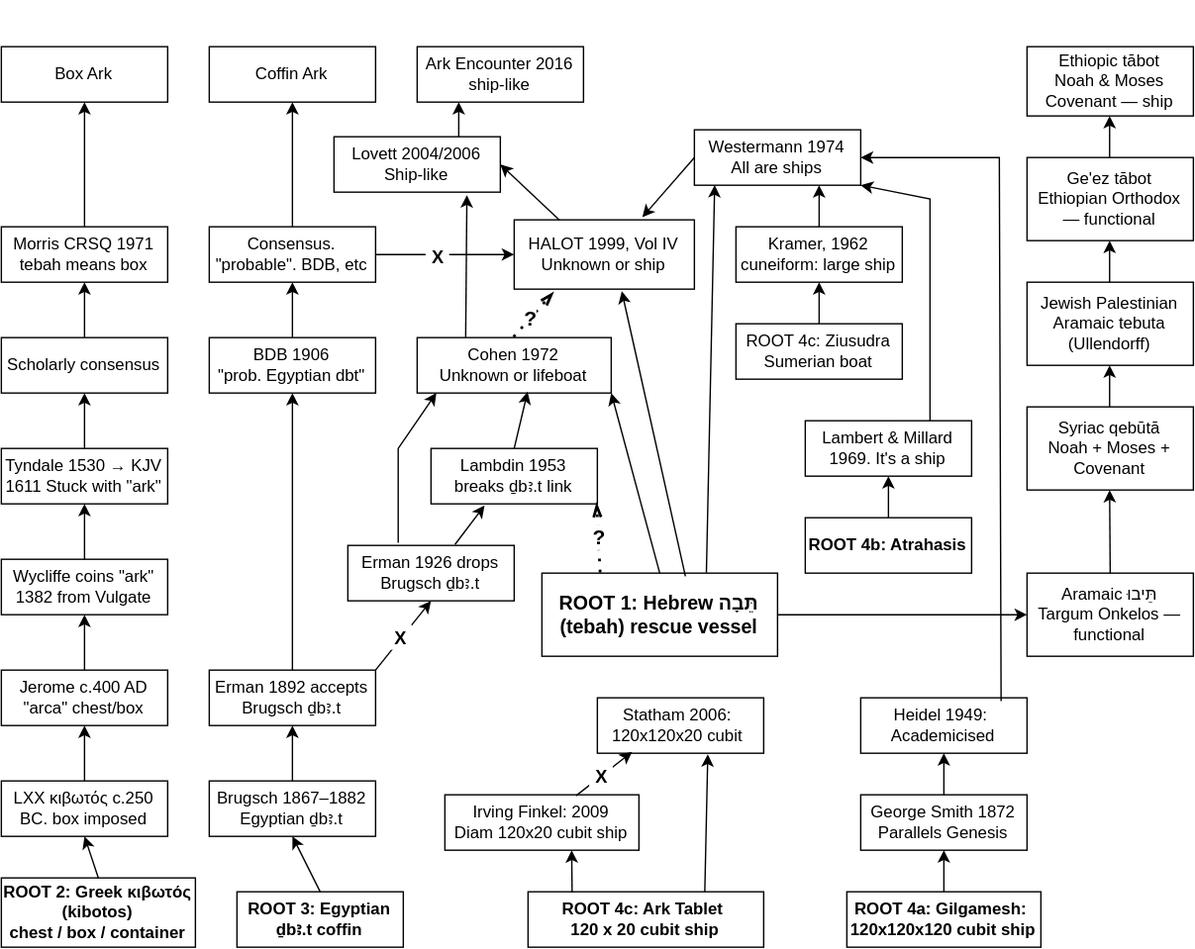
Earlier version of the draw.io export papers-tbh/images/TBH-flowchart.svg (tlovett2007-dot/Ark-Detailed-Design). Source tidied: cells renumbered, new cells last; positions are measured from the earlier drawing's top-left corner, leaving out a move shared by most shapes.
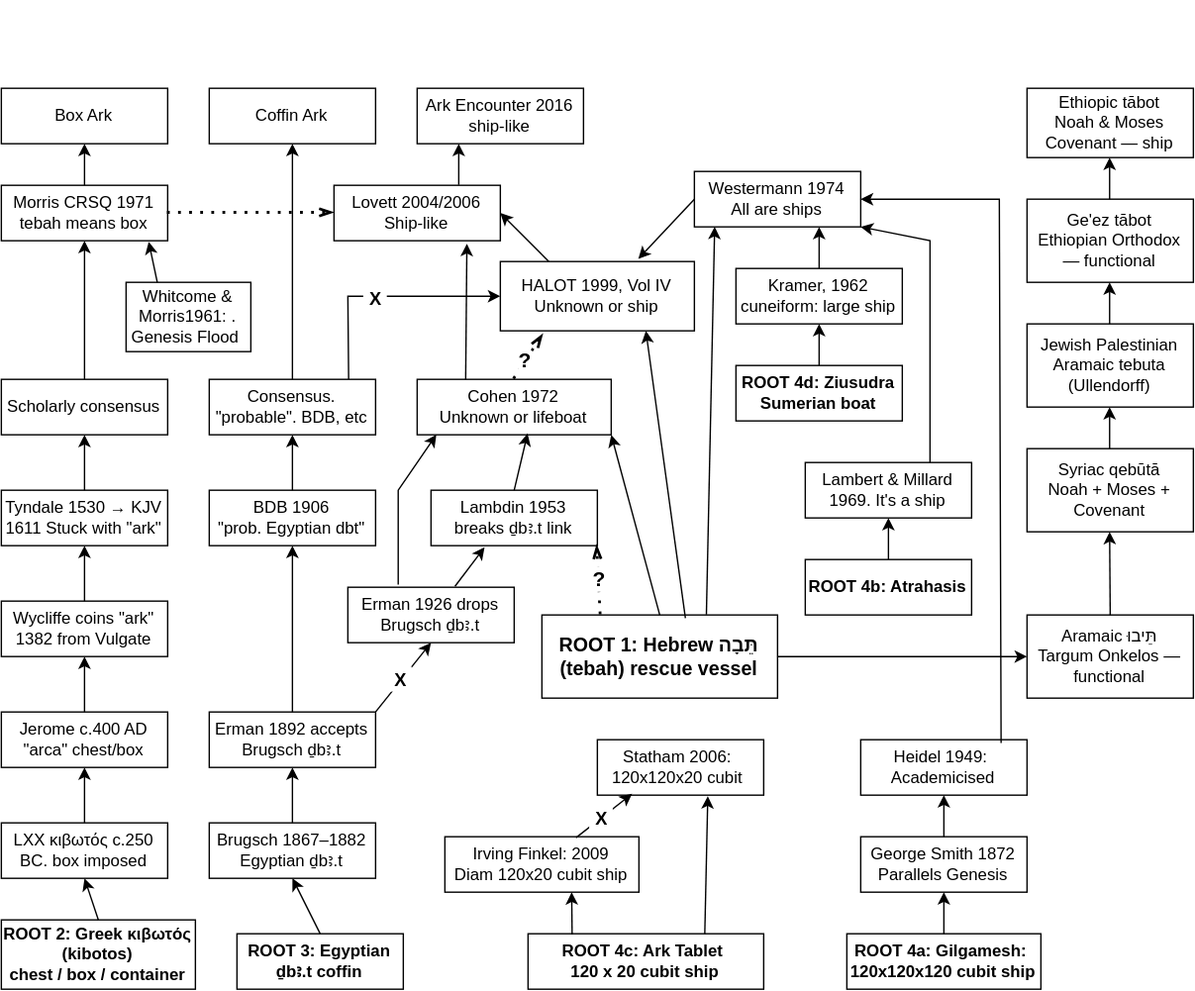
After the commit.

What changed in the source:
```diff
@@ -42,7 +42,7 @@
       <mxGeometry relative="1" as="geometry" />
     </mxCell>
     <mxCell id="15" value="Morris CRSQ 1971 tebah means box" style="rounded=0;whiteSpace=wrap;html=1;" parent="1" vertex="1">
-      <mxGeometry y="130" width="120" height="40" as="geometry" />
+      <mxGeometry y="70" width="120" height="40" as="geometry" />
     </mxCell>
     <mxCell id="16" style="endArrow=classic;html=1;rounded=0;entryX=0.5;entryY=1;entryDx=0;entryDy=0;exitX=0.5;exitY=0;exitDx=0;exitDy=0;" parent="1" edge="1" source="15" target="2">
       <mxGeometry relative="1" as="geometry" />
@@ -51,7 +51,7 @@
       <mxGeometry x="150" width="120" height="40" as="geometry" />
     </mxCell>
     <mxCell id="18" value="&lt;div&gt;BDB 1906&lt;/div&gt;&lt;div&gt;&quot;prob. Egyptian dbt&quot;&lt;/div&gt;" style="rounded=0;whiteSpace=wrap;html=1;" parent="1" vertex="1">
-      <mxGeometry x="150" y="210" width="120" height="40" as="geometry" />
+      <mxGeometry x="150" y="290" width="120" height="40" as="geometry" />
     </mxCell>
     <mxCell id="19" value="Erman 1892 accepts Brugsch ḏbꜣ.t" style="rounded=0;whiteSpace=wrap;html=1;" parent="1" vertex="1">
       <mxGeometry x="150" y="450" width="120" height="40" as="geometry" />
@@ -75,7 +75,7 @@
       <mxGeometry relative="1" as="geometry" />
     </mxCell>
     <mxCell id="26" value="Consensus. &quot;probable&quot;. BDB, etc" style="rounded=0;whiteSpace=wrap;html=1;" parent="1" vertex="1">
-      <mxGeometry x="150" y="130" width="120" height="40" as="geometry" />
+      <mxGeometry x="150" y="210" width="120" height="40" as="geometry" />
     </mxCell>
     <mxCell id="27" style="endArrow=classic;html=1;rounded=0;entryX=0.5;entryY=1;entryDx=0;entryDy=0;exitX=0.5;exitY=0;exitDx=0;exitDy=0;" parent="1" edge="1" source="26" target="17">
       <mxGeometry relative="1" as="geometry" />
@@ -99,7 +99,7 @@
       <mxGeometry relative="1" as="geometry" />
     </mxCell>
     <mxCell id="34" value="&lt;div&gt;HALOT 1999, Vol IV&lt;/div&gt;&lt;div&gt;Unknown or ship&lt;/div&gt;" style="rounded=0;whiteSpace=wrap;html=1;" parent="1" vertex="1">
-      <mxGeometry x="370" y="125" width="130" height="50" as="geometry" />
+      <mxGeometry x="360" y="125" width="140" height="50" as="geometry" />
     </mxCell>
     <mxCell id="35" style="endArrow=openThin;dashed=1;html=1;dashPattern=1 3;strokeWidth=2;rounded=0;entryX=1;entryY=1;entryDx=0;entryDy=0;exitX=0.25;exitY=0;exitDx=0;exitDy=0;endFill=0;" parent="1" edge="1" source="32" target="31">
       <mxGeometry relative="1" as="geometry" />
@@ -110,7 +110,7 @@
     <mxCell id="37" style="endArrow=classic;html=1;rounded=0;exitX=0.5;exitY=0;exitDx=0;exitDy=0;entryX=1;entryY=1;entryDx=0;entryDy=0;" parent="1" edge="1" source="32" target="30">
       <mxGeometry relative="1" as="geometry" />
     </mxCell>
-    <mxCell id="38" style="endArrow=classic;html=1;rounded=0;exitX=0.609;exitY=0.038;exitDx=0;exitDy=0;entryX=0.597;entryY=1.03;entryDx=0;entryDy=0;exitPerimeter=0;entryPerimeter=0;" parent="1" edge="1" source="32" target="34">
+    <mxCell id="38" style="endArrow=classic;html=1;rounded=0;exitX=0.609;exitY=0.038;exitDx=0;exitDy=0;entryX=0.75;entryY=1;entryDx=0;entryDy=0;exitPerimeter=0;" parent="1" edge="1" source="32" target="34">
       <mxGeometry relative="1" as="geometry" />
     </mxCell>
     <mxCell id="39" value="Erman 1926 drops Brugsch ḏbꜣ.t" style="rounded=0;whiteSpace=wrap;html=1;" parent="1" vertex="1">
@@ -132,8 +132,12 @@
         <mxPoint x="330" y="69.7" as="sourcePoint" />
       </mxGeometry>
     </mxCell>
-    <mxCell id="43" style="endArrow=classic;html=1;rounded=0;entryX=0;entryY=0.5;entryDx=0;entryDy=0;exitX=1;exitY=0.5;exitDx=0;exitDy=0;fontSize=15;" parent="1" edge="1" source="26" target="34">
-      <mxGeometry relative="1" as="geometry" />
+    <mxCell id="43" style="endArrow=classic;html=1;rounded=0;entryX=0;entryY=0.5;entryDx=0;entryDy=0;exitX=0.838;exitY=-0.004;exitDx=0;exitDy=0;fontSize=15;exitPerimeter=0;" parent="1" edge="1" source="26" target="34">
+      <mxGeometry relative="1" as="geometry">
+        <Array as="points">
+          <mxPoint x="250" y="150" />
+        </Array>
+      </mxGeometry>
     </mxCell>
     <mxCell id="44" value="&lt;font style=&quot;font-size: 15px;&quot;&gt;&amp;nbsp;&lt;/font&gt;&lt;font style=&quot;font-size: 13px;&quot;&gt;&lt;b&gt;X&amp;nbsp;&lt;/b&gt;&lt;/font&gt;" style="edgeLabel;html=1;align=center;verticalAlign=middle;" parent="43" vertex="1">
       <mxGeometry relative="1" as="geometry">
@@ -143,7 +147,7 @@
     <mxCell id="45" style="edgeStyle=orthogonalEdgeStyle;rounded=0;jettySize=auto;html=1;" parent="1" edge="1" source="46" target="52">
       <mxGeometry relative="1" as="geometry" />
     </mxCell>
-    <mxCell id="46" value="ROOT 4c: Ziusudra Sumerian boat" style="rounded=0;whiteSpace=wrap;html=1;" parent="1" vertex="1">
+    <mxCell id="46" value="&lt;b&gt;ROOT 4d: Ziusudra Sumerian boat&lt;/b&gt;" style="rounded=0;whiteSpace=wrap;html=1;" parent="1" vertex="1">
       <mxGeometry x="530" y="200" width="120" height="40" as="geometry" />
     </mxCell>
     <mxCell id="47" style="endArrow=openThin;dashed=1;html=1;dashPattern=1 3;strokeWidth=2;rounded=0;entryX=0.221;entryY=1.057;entryDx=0;entryDy=0;exitX=0.5;exitY=0;exitDx=0;exitDy=0;endFill=0;entryPerimeter=0;" parent="1" edge="1" source="30" target="34">
@@ -249,7 +253,7 @@
       <mxGeometry relative="1" as="geometry" />
     </mxCell>
     <mxCell id="75" value="Lovett 2004/2006 Ship-like" style="rounded=0;whiteSpace=wrap;html=1;" parent="1" vertex="1">
-      <mxGeometry x="240" y="65" width="120" height="40" as="geometry" />
+      <mxGeometry x="240" y="70" width="120" height="40" as="geometry" />
     </mxCell>
     <mxCell id="76" value="Ethiopic tābot&lt;br&gt;Noah &amp;amp; Moses Covenant — ship" style="rounded=0;whiteSpace=wrap;html=1;" parent="1" vertex="1">
       <mxGeometry x="740" width="120" height="50" as="geometry" />
@@ -296,5 +300,14 @@
         </Array>
       </mxGeometry>
     </mxCell>
+    <mxCell id="86" value="Whitcome &amp;amp; Morris1961: . Genesis Flood&amp;nbsp;" style="rounded=0;whiteSpace=wrap;html=1;" parent="1" vertex="1">
+      <mxGeometry x="90" y="140" width="90" height="50" as="geometry" />
+    </mxCell>
+    <mxCell id="87" style="endArrow=classic;html=1;rounded=0;exitX=0.25;exitY=0;exitDx=0;exitDy=0;entryX=0.886;entryY=1.017;entryDx=0;entryDy=0;entryPerimeter=0;" parent="1" edge="1" source="86" target="15">
+      <mxGeometry relative="1" as="geometry" />
+    </mxCell>
+    <mxCell id="88" style="endArrow=openThin;dashed=1;html=1;dashPattern=1 3;strokeWidth=2;rounded=0;exitX=1;exitY=0.5;exitDx=0;exitDy=0;entryX=0;entryY=0.5;entryDx=0;entryDy=0;endFill=0;" parent="1" edge="1" source="15" target="75">
+      <mxGeometry relative="1" as="geometry" />
+    </mxCell>
   </root>
 </mxGraphModel>
```
